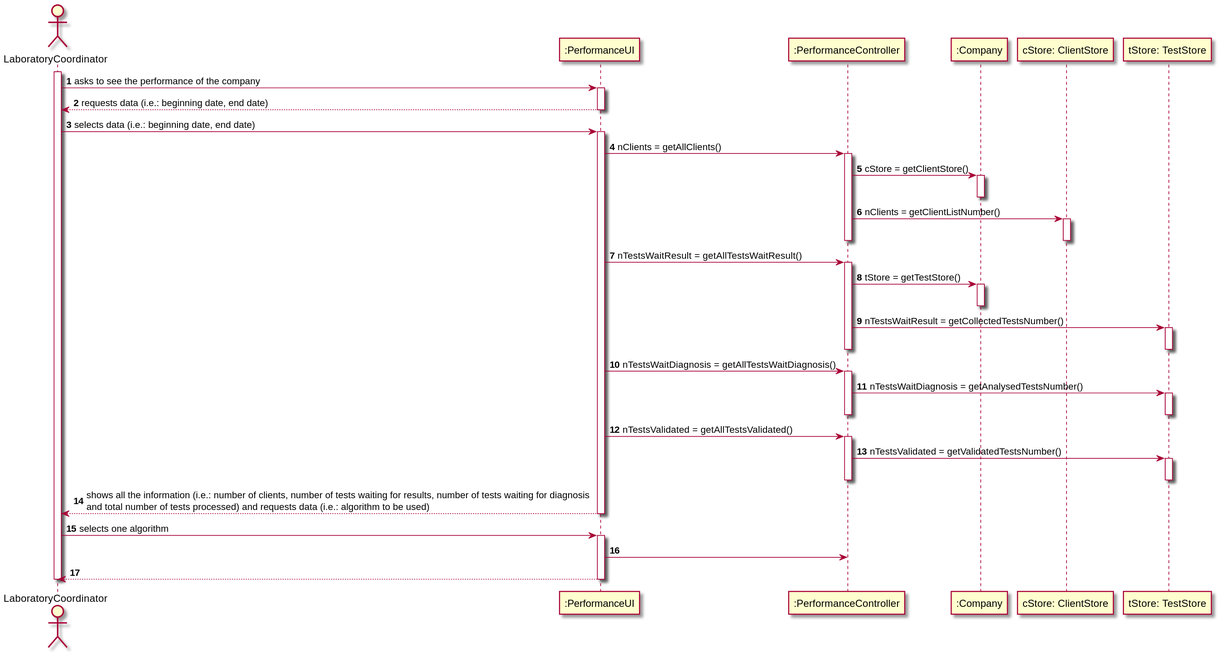
Earlier version of the PlantUML export docs/SprintD/US16/US16-SD.svg (0franciscor/lei-21-s2-1de-g19).
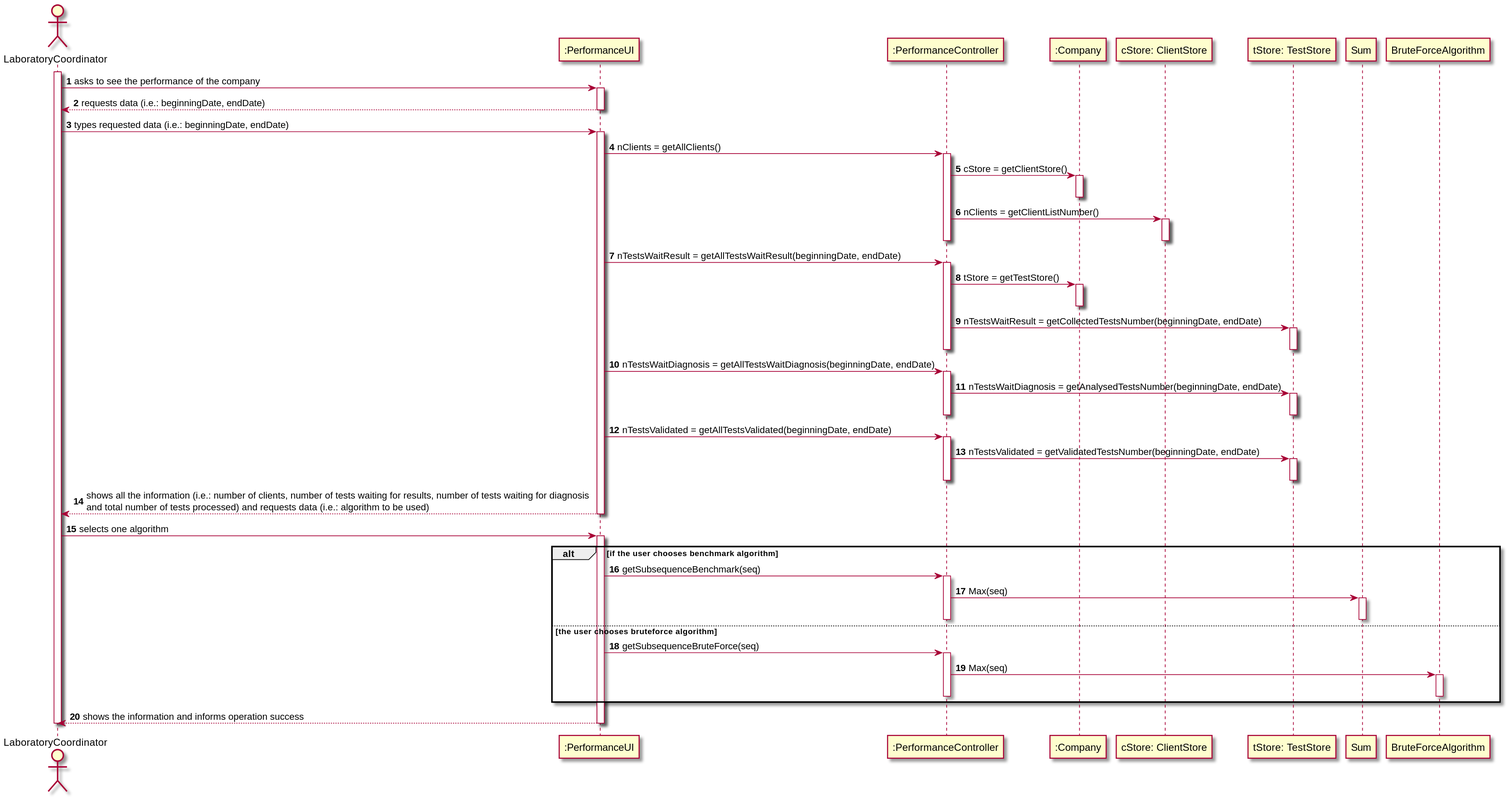
Above is the later version.

Diff of the diagram source:
```diff
@@ -13,10 +13,10 @@
 activate LC
 LC -> PUI : asks to see the performance of the company
 activate PUI
-PUI --> LC : requests data (i.e.: beginning date, end date)
+PUI --> LC : requests data (i.e.: beginningDate, endDate)
 deactivate PUI
 
-LC -> PUI : selects data (i.e.: beginning date, end date)
+LC -> PUI : types requested data (i.e.: beginningDate, endDate)
 activate PUI
 PUI -> PC : nClients = getAllClients()
 activate PC
@@ -27,24 +27,24 @@
 activate CS
 deactivate CS
 deactivate PC
-PUI -> PC : nTestsWaitResult = getAllTestsWaitResult()
+PUI -> PC : nTestsWaitResult = getAllTestsWaitResult(beginningDate, endDate)
 activate PC
 PC -> COMP : tStore = getTestStore()
 activate COMP
 deactivate COMP
-PC -> TS : nTestsWaitResult = getCollectedTestsNumber()
+PC -> TS : nTestsWaitResult = getCollectedTestsNumber(beginningDate, endDate)
 activate TS
 deactivate TS
 deactivate PC
-PUI -> PC : nTestsWaitDiagnosis = getAllTestsWaitDiagnosis()
+PUI -> PC : nTestsWaitDiagnosis = getAllTestsWaitDiagnosis(beginningDate, endDate)
 activate PC
-PC -> TS : nTestsWaitDiagnosis = getAnalysedTestsNumber()
+PC -> TS : nTestsWaitDiagnosis = getAnalysedTestsNumber(beginningDate, endDate)
 activate TS
 deactivate TS
 deactivate PC
-PUI -> PC : nTestsValidated = getAllTestsValidated()
+PUI -> PC : nTestsValidated = getAllTestsValidated(beginningDate, endDate)
 activate PC
-PC -> TS : nTestsValidated = getValidatedTestsNumber()
+PC -> TS : nTestsValidated = getValidatedTestsNumber(beginningDate, endDate)
 activate TS
 deactivate TS
 deactivate PC
@@ -52,9 +52,25 @@
 deactivate PUI
 
 LC -> PUI : selects one algorithm
+
 activate PUI
-PUI -> PC :
-PUI --> LC :
+alt if the user chooses benchmark algorithm
+PUI->PC:getSubsequenceBenchmark(seq)
+activate PC
+PC->Sum:Max(seq)
+activate Sum
+deactivate Sum
+deactivate PC
+else the user chooses bruteforce algorithm
+PUI->PC:getSubsequenceBruteForce(seq)
+activate PC
+PC->BruteForceAlgorithm:Max(seq)
+activate BruteForceAlgorithm
+deactivate BruteForceAlgorithm
+deactivate PC
+end
+
+PUI --> LC : shows the information and informs operation success
 deactivate PUI
 deactivate LC
 
```
